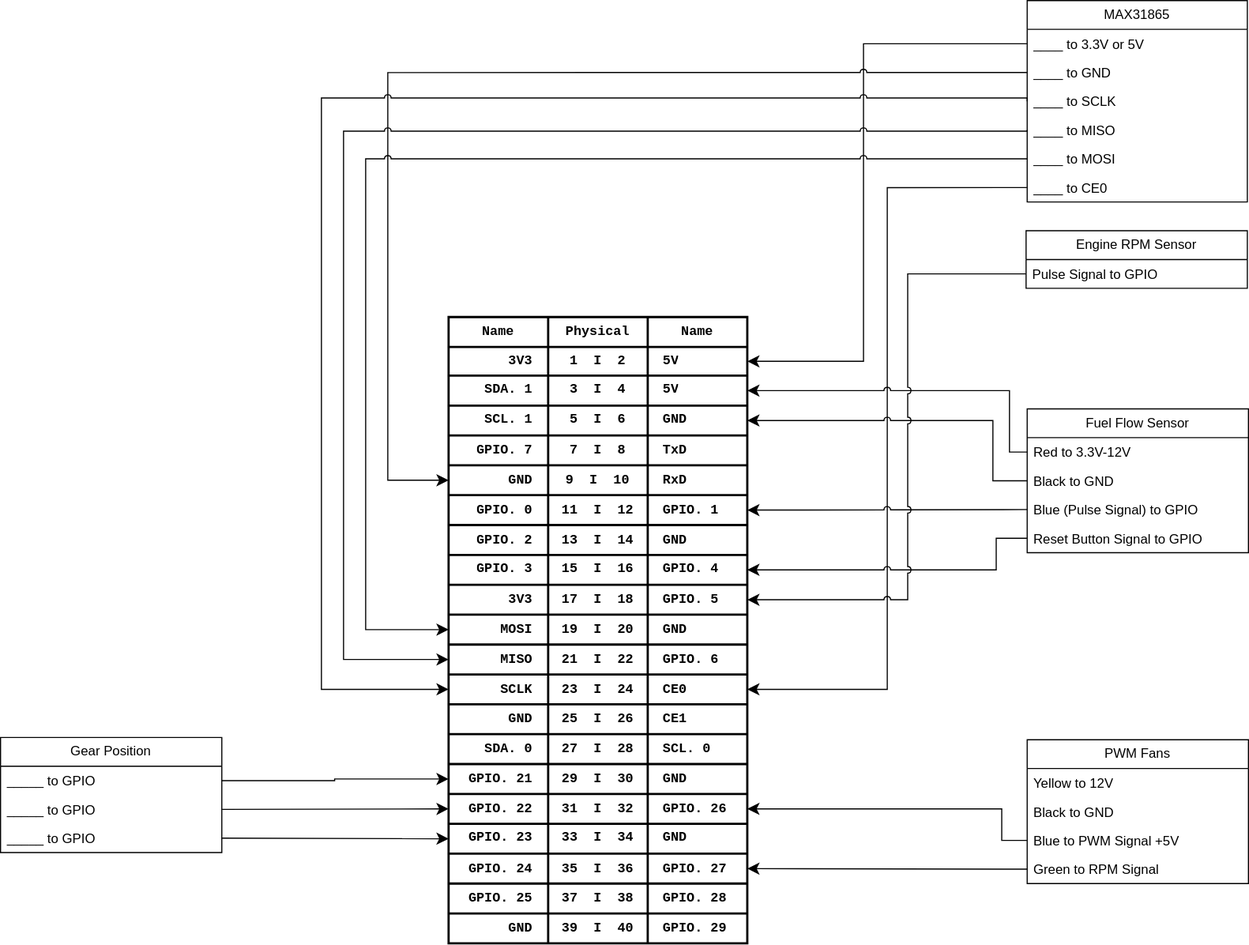
uniqueident/Baja-2025 keeps this draw.io diagram as Pi_Pin_Layout - v2.drawio.svg. Above is the earlier version. Source tidied: cells renumbered, new cells last; positions are measured from the earlier drawing's top-left corner, leaving out a move shared by most shapes.
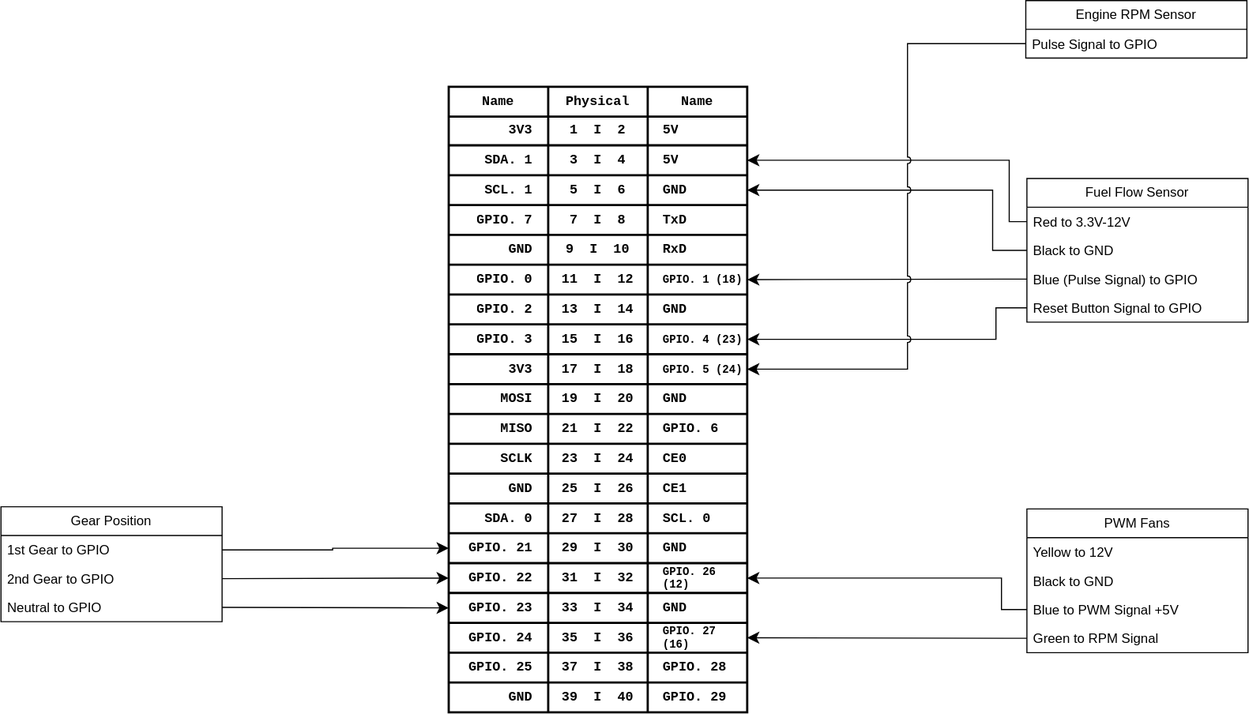
Later version of the same file.

Diff of the diagram source:
```diff
@@ -17,28 +17,7 @@
     <mxCell id="6" value="Reset Button Signal to GPIO" style="text;strokeColor=none;fillColor=none;align=left;verticalAlign=top;spacingLeft=4;spacingRight=4;overflow=hidden;points=[[0,0.5],[1,0.5]];portConstraint=eastwest;whiteSpace=wrap;html=1;" parent="2" vertex="1">
       <mxGeometry y="104" width="200" height="26" as="geometry" />
     </mxCell>
-    <mxCell id="7" value="MAX31865" style="swimlane;fontStyle=0;horizontal=1;startSize=26;fillColor=none;whiteSpace=wrap;html=1;" parent="1" vertex="1">
-      <mxGeometry x="928" width="199" height="182" as="geometry" />
-    </mxCell>
-    <mxCell id="8" value="____ to 3.3V or 5V" style="text;strokeColor=none;fillColor=none;align=left;verticalAlign=top;spacingLeft=4;spacingRight=4;overflow=hidden;points=[[0,0.5],[1,0.5]];portConstraint=eastwest;whiteSpace=wrap;html=1;" parent="7" vertex="1">
-      <mxGeometry y="26" width="199" height="26" as="geometry" />
-    </mxCell>
-    <mxCell id="9" value="&lt;span style=&quot;color: rgb(0, 0, 0);&quot;&gt;____&lt;/span&gt;&amp;nbsp;to GND" style="text;strokeColor=none;fillColor=none;align=left;verticalAlign=top;spacingLeft=4;spacingRight=4;overflow=hidden;points=[[0,0.5],[1,0.5]];portConstraint=eastwest;whiteSpace=wrap;html=1;" parent="7" vertex="1">
-      <mxGeometry y="52" width="199" height="26" as="geometry" />
-    </mxCell>
-    <mxCell id="10" value="&lt;span style=&quot;color: rgb(0, 0, 0);&quot;&gt;____&lt;/span&gt;&amp;nbsp;to SCLK" style="text;strokeColor=none;fillColor=none;align=left;verticalAlign=top;spacingLeft=4;spacingRight=4;overflow=hidden;points=[[0,0.5],[1,0.5]];portConstraint=eastwest;whiteSpace=wrap;html=1;" parent="7" vertex="1">
-      <mxGeometry y="78" width="199" height="26" as="geometry" />
-    </mxCell>
-    <mxCell id="11" value="&lt;span style=&quot;color: rgb(0, 0, 0);&quot;&gt;____&lt;/span&gt;&amp;nbsp;to MISO" style="text;strokeColor=none;fillColor=none;align=left;verticalAlign=top;spacingLeft=4;spacingRight=4;overflow=hidden;points=[[0,0.5],[1,0.5]];portConstraint=eastwest;whiteSpace=wrap;html=1;" parent="7" vertex="1">
-      <mxGeometry y="104" width="199" height="26" as="geometry" />
-    </mxCell>
-    <mxCell id="12" value="&lt;span style=&quot;color: rgb(0, 0, 0);&quot;&gt;____&lt;/span&gt;&amp;nbsp;to MOSI" style="text;strokeColor=none;fillColor=none;align=left;verticalAlign=top;spacingLeft=4;spacingRight=4;overflow=hidden;points=[[0,0.5],[1,0.5]];portConstraint=eastwest;whiteSpace=wrap;html=1;" parent="7" vertex="1">
-      <mxGeometry y="130" width="199" height="26" as="geometry" />
-    </mxCell>
-    <mxCell id="13" value="&lt;span style=&quot;color: rgb(0, 0, 0);&quot;&gt;____&lt;/span&gt;&amp;nbsp;to CE0" style="text;strokeColor=none;fillColor=none;align=left;verticalAlign=top;spacingLeft=4;spacingRight=4;overflow=hidden;points=[[0,0.5],[1,0.5]];portConstraint=eastwest;whiteSpace=wrap;html=1;" parent="7" vertex="1">
-      <mxGeometry y="156" width="199" height="26" as="geometry" />
-    </mxCell>
-    <mxCell id="14" style="shape=table;html=1;whiteSpace=wrap;startSize=0;strokeWidth=2;fontFamily=Lucida Console;" parent="1" vertex="1">
+    <mxCell id="14" style="shape=table;html=1;whiteSpace=wrap;startSize=0;strokeWidth=2;fontFamily=Lucida Console;fontSize=10;" parent="1" vertex="1">
       <mxGeometry x="405" y="286" width="270" height="566" as="geometry" />
     </mxCell>
     <mxCell id="15" style="shape=tableRow;horizontal=0;startSize=0;swimlaneHead=0;swimlaneBody=0;top=0;left=0;bottom=0;right=0;fillColor=none;" parent="14" vertex="1">
@@ -122,7 +101,7 @@
     <mxCell id="41" value="11&amp;nbsp; I&amp;nbsp; 12" style="shape=partialRectangle;html=1;whiteSpace=wrap;fillColor=none;top=0;left=0;bottom=0;right=0;overflow=hidden;fontFamily=Courier New;fontStyle=1;" parent="39" vertex="1">
       <mxGeometry x="90" width="90" height="27" as="geometry" />
     </mxCell>
-    <mxCell id="42" value="GPIO. 1" style="shape=partialRectangle;html=1;whiteSpace=wrap;fillColor=none;top=0;left=0;bottom=0;right=0;overflow=hidden;fontFamily=Courier New;align=left;spacingLeft=12;fontStyle=1;" parent="39" vertex="1">
+    <mxCell id="42" value="GPIO. 1 (18)" style="shape=partialRectangle;html=1;whiteSpace=wrap;fillColor=none;top=0;left=0;bottom=0;right=0;overflow=hidden;fontFamily=Courier New;align=left;spacingLeft=12;fontStyle=1;fontSize=10;" parent="39" vertex="1">
       <mxGeometry x="180" width="90" height="27" as="geometry" />
     </mxCell>
     <mxCell id="43" style="shape=tableRow;horizontal=0;startSize=0;swimlaneHead=0;swimlaneBody=0;top=0;left=0;bottom=0;right=0;fillColor=none;" parent="14" vertex="1">
@@ -146,7 +125,7 @@
     <mxCell id="49" value="15&amp;nbsp; I&amp;nbsp; 16" style="shape=partialRectangle;html=1;whiteSpace=wrap;fillColor=none;top=0;left=0;bottom=0;right=0;overflow=hidden;fontFamily=Courier New;fontStyle=1;" parent="47" vertex="1">
       <mxGeometry x="90" width="90" height="27" as="geometry" />
     </mxCell>
-    <mxCell id="50" value="GPIO. 4" style="shape=partialRectangle;html=1;whiteSpace=wrap;fillColor=none;top=0;left=0;bottom=0;right=0;overflow=hidden;fontFamily=Courier New;align=left;spacingLeft=12;fontStyle=1;" parent="47" vertex="1">
+    <mxCell id="50" value="GPIO. 4 (23)" style="shape=partialRectangle;html=1;whiteSpace=wrap;fillColor=none;top=0;left=0;bottom=0;right=0;overflow=hidden;fontFamily=Courier New;align=left;spacingLeft=12;fontStyle=1;fontSize=10;" parent="47" vertex="1">
       <mxGeometry x="180" width="90" height="27" as="geometry" />
     </mxCell>
     <mxCell id="51" style="shape=tableRow;horizontal=0;startSize=0;swimlaneHead=0;swimlaneBody=0;top=0;left=0;bottom=0;right=0;fillColor=none;points=[[0,0.5],[1,0.5]];portConstraint=eastwest;" parent="14" vertex="1">
@@ -158,7 +137,7 @@
     <mxCell id="53" value="17&amp;nbsp; I&amp;nbsp; 18" style="shape=partialRectangle;html=1;whiteSpace=wrap;fillColor=none;top=0;left=0;bottom=0;right=0;overflow=hidden;fontFamily=Courier New;fontStyle=1;" parent="51" vertex="1">
       <mxGeometry x="90" width="90" height="27" as="geometry" />
     </mxCell>
-    <mxCell id="54" value="GPIO. 5" style="shape=partialRectangle;html=1;whiteSpace=wrap;fillColor=none;top=0;left=0;bottom=0;right=0;overflow=hidden;fontFamily=Courier New;align=left;spacingLeft=12;fontStyle=1;" parent="51" vertex="1">
+    <mxCell id="54" value="GPIO. 5 (24)" style="shape=partialRectangle;html=1;whiteSpace=wrap;fillColor=none;top=0;left=0;bottom=0;right=0;overflow=hidden;fontFamily=Courier New;align=left;spacingLeft=12;fontStyle=1;fontSize=10;" parent="51" vertex="1">
       <mxGeometry x="180" width="90" height="27" as="geometry" />
     </mxCell>
     <mxCell id="55" style="shape=tableRow;horizontal=0;startSize=0;swimlaneHead=0;swimlaneBody=0;top=0;left=0;bottom=0;right=0;fillColor=none;points=[[0,0.5],[1,0.5]];portConstraint=eastwest;" parent="14" vertex="1">
@@ -242,7 +221,7 @@
     <mxCell id="81" value="31&amp;nbsp; I&amp;nbsp; 32" style="shape=partialRectangle;html=1;whiteSpace=wrap;fillColor=none;top=0;left=0;bottom=0;right=0;overflow=hidden;fontFamily=Courier New;fontStyle=1;" parent="79" vertex="1">
       <mxGeometry x="90" width="90" height="27" as="geometry" />
     </mxCell>
-    <mxCell id="82" value="GPIO. 26" style="shape=partialRectangle;html=1;whiteSpace=wrap;fillColor=none;top=0;left=0;bottom=0;right=0;overflow=hidden;fontFamily=Courier New;align=left;spacingLeft=12;fontStyle=1;" parent="79" vertex="1">
+    <mxCell id="82" value="GPIO. 26 (12)" style="shape=partialRectangle;html=1;whiteSpace=wrap;fillColor=none;top=0;left=0;bottom=0;right=0;overflow=hidden;fontFamily=Courier New;align=left;spacingLeft=12;fontStyle=1;fontSize=10;" parent="79" vertex="1">
       <mxGeometry x="180" width="90" height="27" as="geometry" />
     </mxCell>
     <mxCell id="83" style="shape=tableRow;horizontal=0;startSize=0;swimlaneHead=0;swimlaneBody=0;top=0;left=0;bottom=0;right=0;fillColor=none;points=[[0,0.5],[1,0.5]];portConstraint=eastwest;" parent="14" vertex="1">
@@ -266,7 +245,7 @@
     <mxCell id="89" value="35&amp;nbsp; I&amp;nbsp; 36" style="shape=partialRectangle;html=1;whiteSpace=wrap;fillColor=none;top=0;left=0;bottom=0;right=0;overflow=hidden;fontFamily=Courier New;fontStyle=1;" parent="87" vertex="1">
       <mxGeometry x="90" width="90" height="27" as="geometry" />
     </mxCell>
-    <mxCell id="90" value="GPIO. 27" style="shape=partialRectangle;html=1;whiteSpace=wrap;fillColor=none;top=0;left=0;bottom=0;right=0;overflow=hidden;fontFamily=Courier New;align=left;spacingLeft=12;fontStyle=1;" parent="87" vertex="1">
+    <mxCell id="90" value="GPIO. 27 (16)" style="shape=partialRectangle;html=1;whiteSpace=wrap;fillColor=none;top=0;left=0;bottom=0;right=0;overflow=hidden;fontFamily=Courier New;align=left;spacingLeft=12;fontStyle=1;fontSize=10;" parent="87" vertex="1">
       <mxGeometry x="180" width="90" height="27" as="geometry" />
     </mxCell>
     <mxCell id="91" style="shape=tableRow;horizontal=0;startSize=0;swimlaneHead=0;swimlaneBody=0;top=0;left=0;bottom=0;right=0;fillColor=none;" parent="14" vertex="1">
@@ -293,50 +272,6 @@
     <mxCell id="98" value="GPIO. 29" style="shape=partialRectangle;html=1;whiteSpace=wrap;fillColor=none;top=0;left=0;bottom=0;right=0;overflow=hidden;fontFamily=Courier New;align=left;spacingLeft=12;fontStyle=1;" parent="95" vertex="1">
       <mxGeometry x="180" width="90" height="27" as="geometry" />
     </mxCell>
-    <mxCell id="99" style="edgeStyle=orthogonalEdgeStyle;rounded=0;jettySize=auto;html=1;entryX=1;entryY=0.5;entryDx=0;entryDy=0;fontSize=12;startSize=8;endSize=8;exitX=0;exitY=0.5;exitDx=0;exitDy=0;flowAnimation=0;shadow=0;jumpStyle=arc;" parent="1" edge="1" source="8" target="19">
-      <mxGeometry relative="1" as="geometry">
-        <Array as="points">
-          <mxPoint x="780" y="39" />
-          <mxPoint x="780" y="326" />
-        </Array>
-      </mxGeometry>
-    </mxCell>
-    <mxCell id="100" style="edgeStyle=orthogonalEdgeStyle;rounded=0;jettySize=auto;html=1;exitX=0;exitY=0.5;exitDx=0;exitDy=0;entryX=0;entryY=0.5;entryDx=0;entryDy=0;fontSize=12;startSize=8;endSize=8;flowAnimation=0;shadow=0;jumpStyle=arc;" parent="1" edge="1" source="9" target="35">
-      <mxGeometry relative="1" as="geometry">
-        <Array as="points">
-          <mxPoint x="350" y="65" />
-          <mxPoint x="350" y="434" />
-        </Array>
-      </mxGeometry>
-    </mxCell>
-    <mxCell id="101" style="edgeStyle=orthogonalEdgeStyle;rounded=0;jettySize=auto;html=1;fontSize=12;startSize=8;endSize=8;flowAnimation=0;shadow=0;jumpStyle=arc;entryX=0;entryY=0.5;entryDx=0;entryDy=0;exitX=0;exitY=0.5;exitDx=0;exitDy=0;" parent="1" edge="1" source="10" target="63">
-      <mxGeometry relative="1" as="geometry">
-        <Array as="points">
-          <mxPoint x="928" y="88" />
-          <mxPoint x="290" y="88" />
-          <mxPoint x="290" y="623" />
-        </Array>
-      </mxGeometry>
-    </mxCell>
-    <mxCell id="102" style="edgeStyle=orthogonalEdgeStyle;rounded=0;jettySize=auto;html=1;fontSize=12;startSize=8;endSize=8;flowAnimation=0;shadow=0;jumpStyle=arc;entryX=0;entryY=0.5;entryDx=0;entryDy=0;exitX=0;exitY=0.5;exitDx=0;exitDy=0;" parent="1" edge="1" source="11" target="59">
-      <mxGeometry relative="1" as="geometry">
-        <Array as="points">
-          <mxPoint x="310" y="118" />
-          <mxPoint x="310" y="596" />
-        </Array>
-      </mxGeometry>
-    </mxCell>
-    <mxCell id="103" style="edgeStyle=orthogonalEdgeStyle;rounded=0;jettySize=auto;html=1;entryX=0;entryY=0.5;entryDx=0;entryDy=0;fontSize=12;startSize=8;endSize=8;flowAnimation=0;shadow=0;jumpStyle=arc;exitX=0;exitY=0.5;exitDx=0;exitDy=0;" parent="1" edge="1" source="12" target="55">
-      <mxGeometry relative="1" as="geometry">
-        <Array as="points">
-          <mxPoint x="330" y="143" />
-          <mxPoint x="330" y="569" />
-        </Array>
-      </mxGeometry>
-    </mxCell>
-    <mxCell id="104" style="edgeStyle=orthogonalEdgeStyle;rounded=0;jettySize=auto;html=1;exitX=0;exitY=0.5;exitDx=0;exitDy=0;entryX=1;entryY=0.5;entryDx=0;entryDy=0;fontSize=12;startSize=8;endSize=8;flowAnimation=0;shadow=0;jumpStyle=arc;" parent="1" edge="1" source="13" target="63">
-      <mxGeometry relative="1" as="geometry" />
-    </mxCell>
     <mxCell id="105" style="edgeStyle=elbowEdgeStyle;rounded=0;jettySize=auto;html=1;exitX=0;exitY=0.5;exitDx=0;exitDy=0;entryX=1;entryY=0.5;entryDx=0;entryDy=0;fontSize=12;startSize=8;endSize=8;jumpStyle=arc;" parent="1" edge="1" source="5" target="39">
       <mxGeometry relative="1" as="geometry">
         <Array as="points">
@@ -410,19 +345,19 @@
     <mxCell id="119" value="Gear Position" style="swimlane;fontStyle=0;horizontal=1;startSize=26;fillColor=none;whiteSpace=wrap;html=1;" parent="1" vertex="1">
       <mxGeometry y="666" width="200" height="104" as="geometry" />
     </mxCell>
-    <mxCell id="120" value="_____ to GPIO" style="text;strokeColor=none;fillColor=none;align=left;verticalAlign=top;spacingLeft=4;spacingRight=4;overflow=hidden;points=[[0,0.5],[1,0.5]];portConstraint=eastwest;whiteSpace=wrap;html=1;" parent="119" vertex="1">
+    <mxCell id="120" value="1st Gear to GPIO" style="text;strokeColor=none;fillColor=none;align=left;verticalAlign=top;spacingLeft=4;spacingRight=4;overflow=hidden;points=[[0,0.5],[1,0.5]];portConstraint=eastwest;whiteSpace=wrap;html=1;" parent="119" vertex="1">
       <mxGeometry y="26" width="200" height="26" as="geometry" />
     </mxCell>
-    <mxCell id="121" value="_____ to GPIO" style="text;strokeColor=none;fillColor=none;align=left;verticalAlign=top;spacingLeft=4;spacingRight=4;overflow=hidden;points=[[0,0.5],[1,0.5]];portConstraint=eastwest;whiteSpace=wrap;html=1;" parent="119" vertex="1">
+    <mxCell id="121" value="2nd Gear to GPIO" style="text;strokeColor=none;fillColor=none;align=left;verticalAlign=top;spacingLeft=4;spacingRight=4;overflow=hidden;points=[[0,0.5],[1,0.5]];portConstraint=eastwest;whiteSpace=wrap;html=1;" parent="119" vertex="1">
       <mxGeometry y="52" width="200" height="26" as="geometry" />
     </mxCell>
-    <mxCell id="122" value="_____ to GPIO" style="text;strokeColor=none;fillColor=none;align=left;verticalAlign=top;spacingLeft=4;spacingRight=4;overflow=hidden;points=[[0,0.5],[1,0.5]];portConstraint=eastwest;whiteSpace=wrap;html=1;" parent="119" vertex="1">
+    <mxCell id="122" value="Neutral to GPIO" style="text;strokeColor=none;fillColor=none;align=left;verticalAlign=top;spacingLeft=4;spacingRight=4;overflow=hidden;points=[[0,0.5],[1,0.5]];portConstraint=eastwest;whiteSpace=wrap;html=1;" parent="119" vertex="1">
       <mxGeometry y="78" width="200" height="26" as="geometry" />
     </mxCell>
     <mxCell id="123" style="edgeStyle=elbowEdgeStyle;shape=connector;rounded=0;jumpStyle=arc;html=1;entryX=0;entryY=0.5;entryDx=0;entryDy=0;strokeColor=default;align=center;verticalAlign=middle;fontFamily=Helvetica;fontSize=12;fontColor=default;labelBackgroundColor=default;startSize=8;endArrow=classic;endSize=8;exitX=1;exitY=0.5;exitDx=0;exitDy=0;" parent="1" edge="1" source="120" target="75">
       <mxGeometry relative="1" as="geometry">
         <Array as="points">
-          <mxPoint x="302" y="718" />
+          <mxPoint x="300" y="698" />
         </Array>
       </mxGeometry>
     </mxCell>
```
